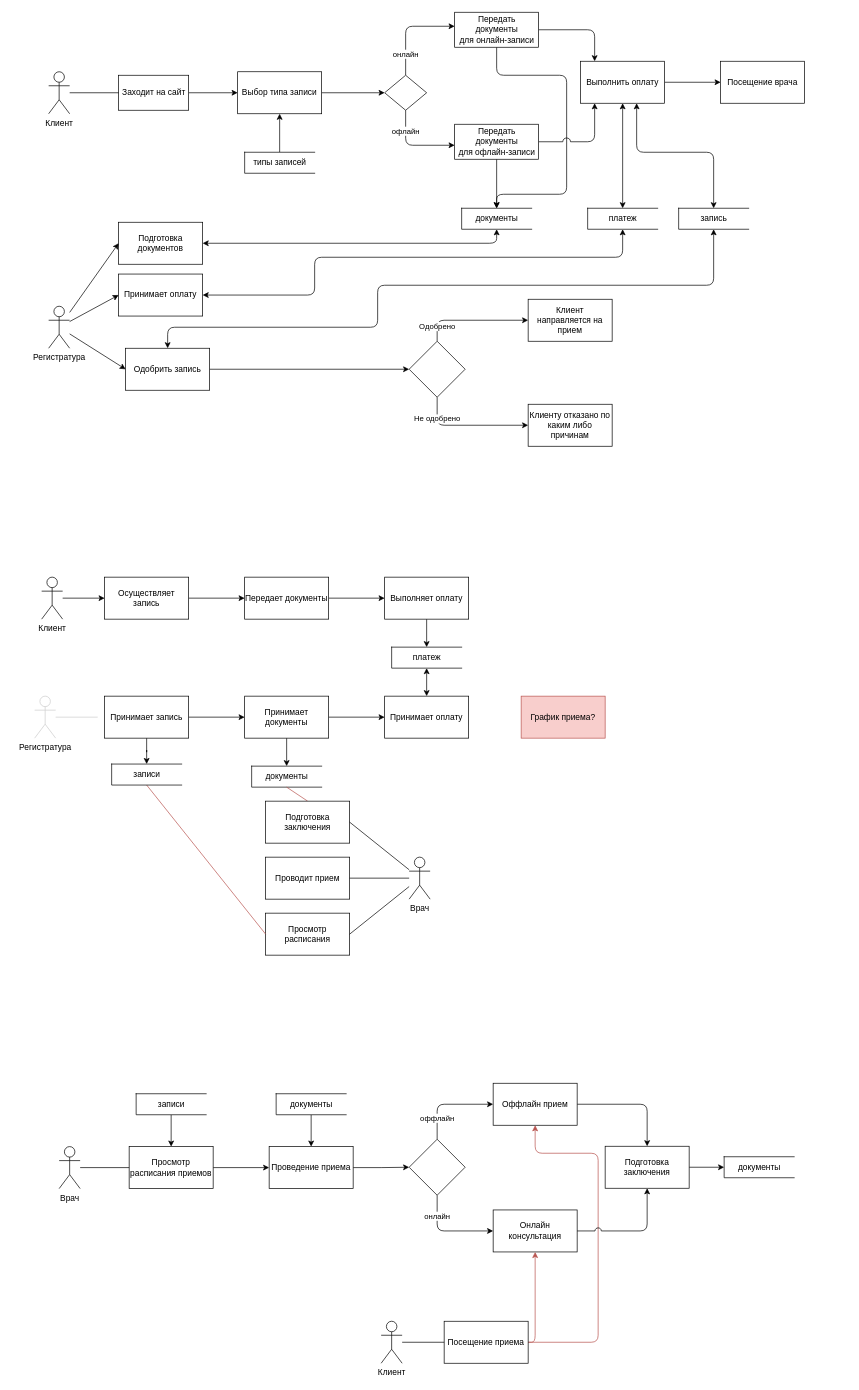
Before: page "Page-2" (2 of 2) of diagram.drawio in vlvsk/TechnologiiProg, a draw.io diagram. Source tidied: cells renumbered, new cells numbered last; positions are measured from the earlier drawing's top-left corner, leaving out a move shared by most shapes. Both pictures are drawn from the tidied source at 70%, with x=0, y=0 at pixel (34, 12).
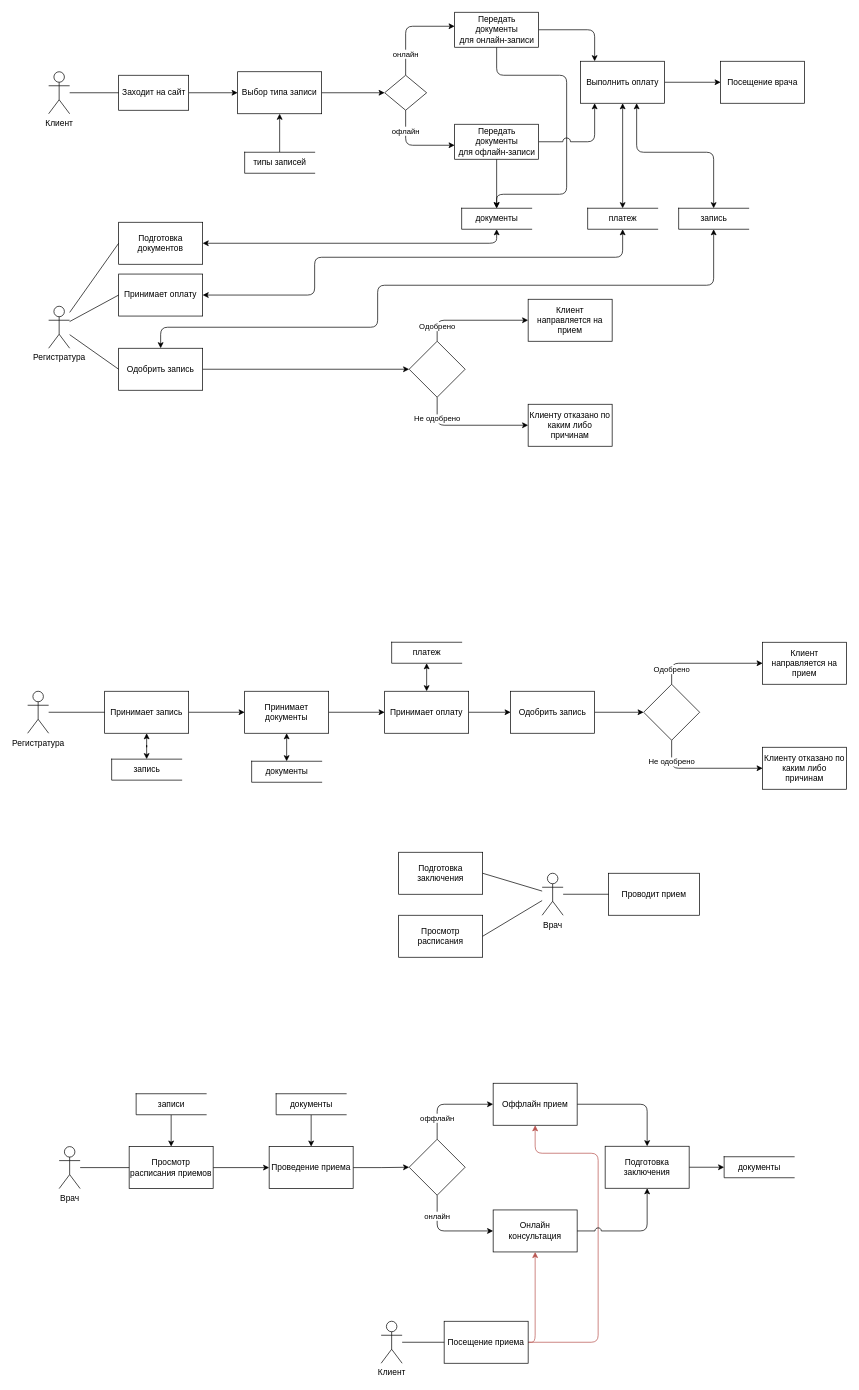
After the change.

The change refers to these unchanged cells:
```xml
<mxCell id="25" value="Регистратура" style="shape=umlActor;verticalLabelPosition=bottom;verticalAlign=top;html=1;outlineConnect=0;" parent="1" vertex="1">
  <mxGeometry x="20" y="420" width="30" height="60" as="geometry" />
</mxCell>
<mxCell id="77" value="запись" style="html=1;dashed=0;whitespace=wrap;shape=partialRectangle;right=0;" parent="1" vertex="1">
  <mxGeometry x="920" y="280" width="100" height="30" as="geometry" />
</mxCell>
<mxCell id="91" value="Подготовка документов" style="rounded=0;whiteSpace=wrap;html=1;" parent="1" vertex="1">
  <mxGeometry x="120" y="300" width="120" height="60" as="geometry" />
</mxCell>
<mxCell id="94" value="Принимает оплату" style="rounded=0;whiteSpace=wrap;html=1;" parent="1" vertex="1">
  <mxGeometry x="120" y="374" width="120" height="60" as="geometry" />
</mxCell>
```

The edit, as a diff of the source:
```diff
@@
     <mxCell id="27" value="Одобрить запись" style="whiteSpace=wrap;html=1;dashed=0;fillColor=#FFFFFF;strokeColor=#000000;" parent="1" vertex="1">
-      <mxGeometry x="130" y="480" width="120" height="60" as="geometry" />
+      <mxGeometry x="120" y="480" width="120" height="60" as="geometry" />
     </mxCell>
@@
-    <mxCell id="29" value="Регистратура" style="shape=umlActor;verticalLabelPosition=bottom;verticalAlign=top;html=1;outlineConnect=0;strokeColor=#CCCCCC;" parent="1" vertex="1">
-      <mxGeometry y="977" width="30" height="60" as="geometry" />
-    </mxCell>
@@
-    <mxCell id="31" style="edgeStyle=orthogonalEdgeStyle;rounded=0;jettySize=auto;html=1;entryX=0.5;entryY=0;entryDx=0;entryDy=0;strokeColor=#000000;" parent="1" edge="1" source="32" target="69">
+    <mxCell id="31" style="edgeStyle=orthogonalEdgeStyle;rounded=0;jettySize=auto;html=1;entryX=0.5;entryY=0;entryDx=0;entryDy=0;strokeColor=#000000;startArrow=classic;startFill=1;" parent="1" edge="1" source="32" target="69">
       <mxGeometry relative="1" as="geometry" />
     </mxCell>
     <mxCell id="32" value="Принимает запись" style="rounded=0;whiteSpace=wrap;html=1;" parent="1" vertex="1">
-      <mxGeometry x="100" y="977" width="120" height="60" as="geometry" />
+      <mxGeometry x="100" y="970" width="120" height="60" as="geometry" />
     </mxCell>
-    <mxCell id="33" style="endArrow=none;html=1;entryX=0;entryY=0.5;entryDx=0;entryDy=0;strokeColor=#CCCCCC;" parent="1" edge="1" source="29">
-      <mxGeometry relative="1" as="geometry">
-        <mxPoint x="90" y="1007" as="targetPoint" />
-      </mxGeometry>
-    </mxCell>
@@
-    <mxCell id="35" style="edgeStyle=orthogonalEdgeStyle;rounded=0;jettySize=auto;html=1;entryX=0.5;entryY=0;entryDx=0;entryDy=0;" parent="1" edge="1" source="36" target="39">
+    <mxCell id="35" style="edgeStyle=orthogonalEdgeStyle;rounded=0;jettySize=auto;html=1;entryX=0.5;entryY=0;entryDx=0;entryDy=0;startArrow=classic;startFill=1;" parent="1" edge="1" source="36" target="39">
       <mxGeometry relative="1" as="geometry" />
     </mxCell>
     <mxCell id="36" value="Принимает документы" style="whiteSpace=wrap;html=1;rounded=0;" parent="1" vertex="1">
-      <mxGeometry x="300" y="977" width="120" height="60" as="geometry" />
+      <mxGeometry x="300" y="970" width="120" height="60" as="geometry" />
     </mxCell>
@@
+    <mxCell id="99" style="edgeStyle=orthogonalEdgeStyle;rounded=1;jettySize=auto;html=1;startArrow=none;startFill=0;" parent="1" edge="1" source="38" target="102">
+      <mxGeometry relative="1" as="geometry" />
+    </mxCell>
     <mxCell id="38" value="Принимает оплату" style="rounded=0;whiteSpace=wrap;html=1;" parent="1" vertex="1">
-      <mxGeometry x="500" y="977" width="120" height="60" as="geometry" />
+      <mxGeometry x="500" y="970" width="120" height="60" as="geometry" />
     </mxCell>
     <mxCell id="39" value="документы" style="html=1;dashed=0;whitespace=wrap;shape=partialRectangle;right=0;" parent="1" vertex="1">
-      <mxGeometry x="310" y="1077" width="100" height="30" as="geometry" />
+      <mxGeometry x="310" y="1070" width="100" height="30" as="geometry" />
     </mxCell>
     <mxCell id="40" value="платеж" style="html=1;dashed=0;whitespace=wrap;shape=partialRectangle;right=0;" parent="1" vertex="1">
-      <mxGeometry x="510" y="907" width="100" height="30" as="geometry" />
+      <mxGeometry x="510" y="900" width="100" height="30" as="geometry" />
     </mxCell>
@@
     <mxCell id="56" value="Врач" style="shape=umlActor;verticalLabelPosition=bottom;verticalAlign=top;html=1;outlineConnect=0;" parent="1" vertex="1">
-      <mxGeometry x="535" y="1207" width="30" height="60" as="geometry" />
+      <mxGeometry x="725" y="1230" width="30" height="60" as="geometry" />
     </mxCell>
-    <mxCell id="57" style="endArrow=none;html=1;entryX=0.5;entryY=1;entryDx=0;entryDy=0;strokeColor=#B85450;exitX=0.5;exitY=0;exitDx=0;exitDy=0;" parent="1" edge="1" source="60" target="39">
-      <mxGeometry relative="1" as="geometry" />
-    </mxCell>
     <mxCell id="58" value="Проводит прием" style="rounded=0;whiteSpace=wrap;html=1;" parent="1" vertex="1">
-      <mxGeometry x="330" y="1207" width="120" height="60" as="geometry" />
+      <mxGeometry x="820" y="1230" width="130" height="60" as="geometry" />
     </mxCell>
-    <mxCell id="59" style="endArrow=none;html=1;strokeColor=#000000;entryX=1;entryY=0.5;entryDx=0;entryDy=0;" parent="1" edge="1" source="56" target="58">
-      <mxGeometry relative="1" as="geometry" />
-    </mxCell>
     <mxCell id="60" value="Подготовка заключения" style="whiteSpace=wrap;html=1;rounded=0;" parent="1" vertex="1">
-      <mxGeometry x="330" y="1127" width="120" height="60" as="geometry" />
+      <mxGeometry x="520" y="1200" width="120" height="60" as="geometry" />
     </mxCell>
@@
     <mxCell id="66" value="Просмотр расписания" style="rounded=0;whiteSpace=wrap;html=1;" parent="1" vertex="1">
-      <mxGeometry x="330" y="1287" width="120" height="60" as="geometry" />
+      <mxGeometry x="520" y="1290" width="120" height="60" as="geometry" />
     </mxCell>
@@
-    <mxCell id="68" style="endArrow=none;html=1;strokeColor=#B85450;exitX=0;exitY=0.5;exitDx=0;exitDy=0;entryX=0.5;entryY=1;entryDx=0;entryDy=0;" parent="1" edge="1" source="66" target="69">
-      <mxGeometry relative="1" as="geometry" />
-    </mxCell>
-    <mxCell id="69" value="записи" style="html=1;dashed=0;whitespace=wrap;shape=partialRectangle;right=0;" parent="1" vertex="1">
-      <mxGeometry x="110" y="1074" width="100" height="30" as="geometry" />
+    <mxCell id="69" value="запись" style="html=1;dashed=0;whitespace=wrap;shape=partialRectangle;right=0;" parent="1" vertex="1">
+      <mxGeometry x="110" y="1067" width="100" height="30" as="geometry" />
     </mxCell>
@@
     <mxCell id="76" style="edgeStyle=orthogonalEdgeStyle;rounded=1;jettySize=auto;html=1;entryX=0.5;entryY=0;entryDx=0;entryDy=0;startArrow=classic;startFill=1;" parent="1" edge="1" source="77" target="27">
       <mxGeometry relative="1" as="geometry">
         <Array as="points">
           <mxPoint x="970" y="390" />
           <mxPoint x="490" y="390" />
           <mxPoint x="490" y="450" />
-          <mxPoint x="190" y="450" />
+          <mxPoint x="180" y="450" />
         </Array>
       </mxGeometry>
     </mxCell>
@@
-    <mxCell id="81" style="edgeStyle=orthogonalEdgeStyle;rounded=1;jettySize=auto;html=1;strokeColor=#000000;" parent="1" edge="1" source="82" target="84">
-      <mxGeometry relative="1" as="geometry" />
-    </mxCell>
-    <mxCell id="82" value="Клиент" style="shape=umlActor;verticalLabelPosition=bottom;verticalAlign=top;html=1;outlineConnect=0;" parent="1" vertex="1">
-      <mxGeometry x="10" y="807" width="30" height="60" as="geometry" />
-    </mxCell>
-    <mxCell id="83" style="edgeStyle=orthogonalEdgeStyle;rounded=1;jettySize=auto;html=1;strokeColor=#000000;" parent="1" edge="1" source="84" target="86">
-      <mxGeometry relative="1" as="geometry" />
-    </mxCell>
-    <mxCell id="84" value="Осуществляет запись" style="rounded=0;whiteSpace=wrap;html=1;" parent="1" vertex="1">
-      <mxGeometry x="100" y="807" width="120" height="60" as="geometry" />
-    </mxCell>
-    <mxCell id="85" style="edgeStyle=orthogonalEdgeStyle;rounded=1;jettySize=auto;html=1;strokeColor=#000000;" parent="1" edge="1" source="86" target="88">
-      <mxGeometry relative="1" as="geometry" />
-    </mxCell>
-    <mxCell id="86" value="Передает документы" style="whiteSpace=wrap;html=1;rounded=0;" parent="1" vertex="1">
-      <mxGeometry x="300" y="807" width="120" height="60" as="geometry" />
-    </mxCell>
-    <mxCell id="87" style="edgeStyle=orthogonalEdgeStyle;rounded=1;jettySize=auto;html=1;startArrow=none;startFill=0;strokeColor=#000000;" parent="1" edge="1" source="88" target="40">
-      <mxGeometry relative="1" as="geometry" />
-    </mxCell>
-    <mxCell id="88" value="Выполняет оплату" style="whiteSpace=wrap;html=1;rounded=0;" parent="1" vertex="1">
-      <mxGeometry x="500" y="807" width="120" height="60" as="geometry" />
-    </mxCell>
-    <mxCell id="89" value="График приема?" style="rounded=0;whiteSpace=wrap;html=1;fillColor=#f8cecc;strokeColor=#b85450;" parent="1" vertex="1">
-      <mxGeometry x="695" y="977" width="120" height="60" as="geometry" />
-    </mxCell>
@@
-    <mxCell id="92" style="endArrow=classic;html=1;rounded=0;entryX=0;entryY=0.5;entryDx=0;entryDy=0;" parent="1" edge="1" source="25" target="91">
+    <mxCell id="92" style="endArrow=none;html=1;rounded=0;entryX=0;entryY=0.5;entryDx=0;entryDy=0;endFill=0;" parent="1" edge="1" source="25" target="91">
       <mxGeometry relative="1" as="geometry" />
     </mxCell>
@@
-    <mxCell id="95" style="endArrow=classic;html=1;rounded=1;entryX=0;entryY=0.5;entryDx=0;entryDy=0;" parent="1" edge="1" source="25" target="94">
+    <mxCell id="95" style="endArrow=none;html=1;rounded=1;entryX=0;entryY=0.5;entryDx=0;entryDy=0;endFill=0;" parent="1" edge="1" source="25" target="94">
       <mxGeometry relative="1" as="geometry" />
     </mxCell>
-    <mxCell id="96" style="endArrow=classic;html=1;rounded=1;entryX=0;entryY=0.5;entryDx=0;entryDy=0;" parent="1" edge="1" source="25" target="27">
+    <mxCell id="96" style="endArrow=none;html=1;rounded=1;entryX=0;entryY=0.5;entryDx=0;entryDy=0;endFill=0;" parent="1" edge="1" source="25" target="27">
       <mxGeometry relative="1" as="geometry" />
     </mxCell>
@@
+    <mxCell id="29" value="Регистратура" style="shape=umlActor;verticalLabelPosition=bottom;verticalAlign=top;html=1;outlineConnect=0;" parent="1" vertex="1">
+      <mxGeometry x="-10" y="970" width="30" height="60" as="geometry" />
+    </mxCell>
+    <mxCell id="100" style="endArrow=none;html=1;rounded=1;entryX=0;entryY=0.5;entryDx=0;entryDy=0;endFill=0;" parent="1" edge="1" source="29" target="32">
+      <mxGeometry relative="1" as="geometry" />
+    </mxCell>
+    <mxCell id="101" style="edgeStyle=orthogonalEdgeStyle;rounded=1;jettySize=auto;html=1;exitX=1;exitY=0.5;exitDx=0;exitDy=0;entryX=0;entryY=0.5;entryDx=0;entryDy=0;startArrow=none;startFill=0;" parent="1" edge="1" source="102" target="105">
+      <mxGeometry relative="1" as="geometry" />
+    </mxCell>
+    <mxCell id="102" value="Одобрить запись" style="whiteSpace=wrap;html=1;rounded=0;" parent="1" vertex="1">
+      <mxGeometry x="680" y="970" width="120" height="60" as="geometry" />
+    </mxCell>
+    <mxCell id="103" value="Одобрено" style="edgeStyle=orthogonalEdgeStyle;rounded=1;jettySize=auto;html=1;entryX=0;entryY=0.5;entryDx=0;entryDy=0;" parent="1" edge="1" source="105" target="106">
+      <mxGeometry x="-0.74" relative="1" as="geometry">
+        <Array as="points">
+          <mxPoint x="910" y="930" />
+        </Array>
+      </mxGeometry>
+    </mxCell>
+    <mxCell id="104" value="Не одобрено" style="edgeStyle=orthogonalEdgeStyle;rounded=1;jettySize=auto;html=1;entryX=0;entryY=0.5;entryDx=0;entryDy=0;" parent="1" edge="1" source="105" target="107">
+      <mxGeometry x="-0.64" relative="1" as="geometry">
+        <Array as="points">
+          <mxPoint x="910" y="1080" />
+          <mxPoint x="1040" y="1080" />
+        </Array>
+      </mxGeometry>
+    </mxCell>
+    <mxCell id="105" style="rhombus;whiteSpace=wrap;html=1;" parent="1" vertex="1">
+      <mxGeometry x="870" y="960" width="80" height="80" as="geometry" />
+    </mxCell>
+    <mxCell id="106" value="Клиент направляется на прием" style="rounded=0;whiteSpace=wrap;html=1;strokeColor=#000000;fillColor=#FFFFFF;" parent="1" vertex="1">
+      <mxGeometry x="1040" y="900" width="120" height="60" as="geometry" />
+    </mxCell>
+    <mxCell id="107" value="Клиенту отказано по каким либо причинам" style="rounded=0;whiteSpace=wrap;html=1;strokeColor=#000000;fillColor=#FFFFFF;" parent="1" vertex="1">
+      <mxGeometry x="1040" y="1050" width="120" height="60" as="geometry" />
+    </mxCell>
+    <mxCell id="59" style="endArrow=none;html=1;rounded=1;entryX=0;entryY=0.5;entryDx=0;entryDy=0;" parent="1" edge="1" source="56" target="58">
+      <mxGeometry relative="1" as="geometry" />
+    </mxCell>
```
